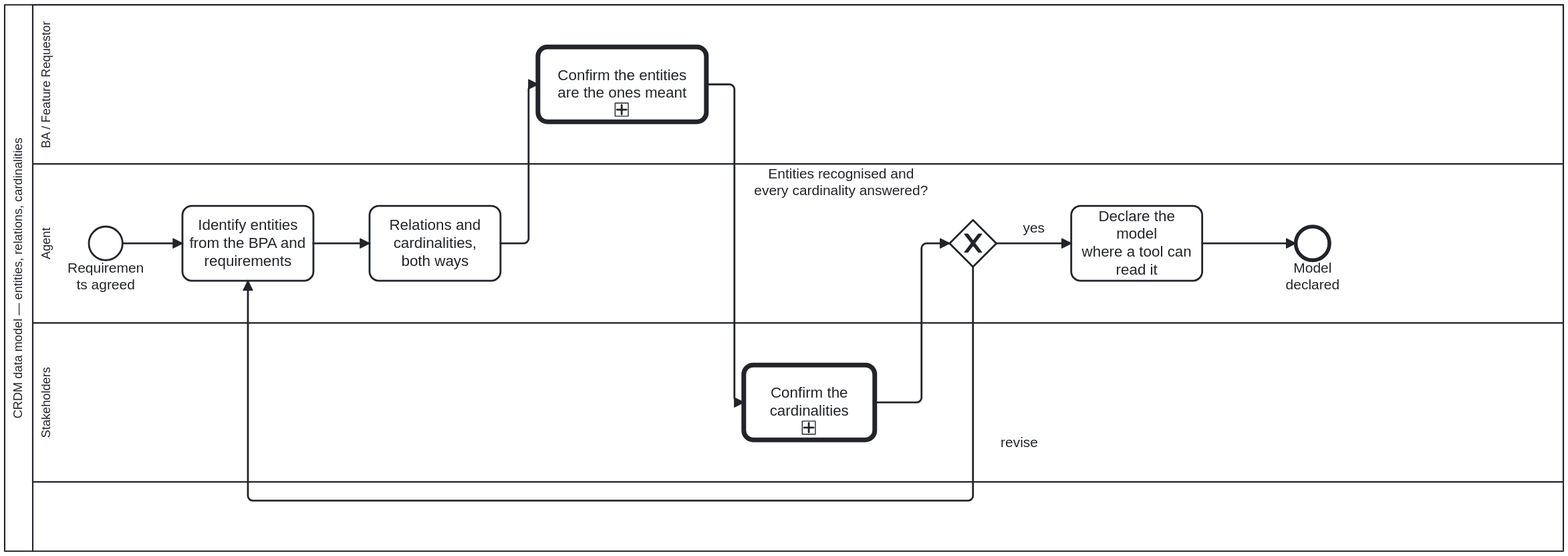
The BPMN diagram docs/assets/img/workflows/crdm-data-model.svg in litlfred/cat-harness, before a commit. Its source is kept beside it as processes/process/crdm-data-model.bpmn. Ids are renumbered.
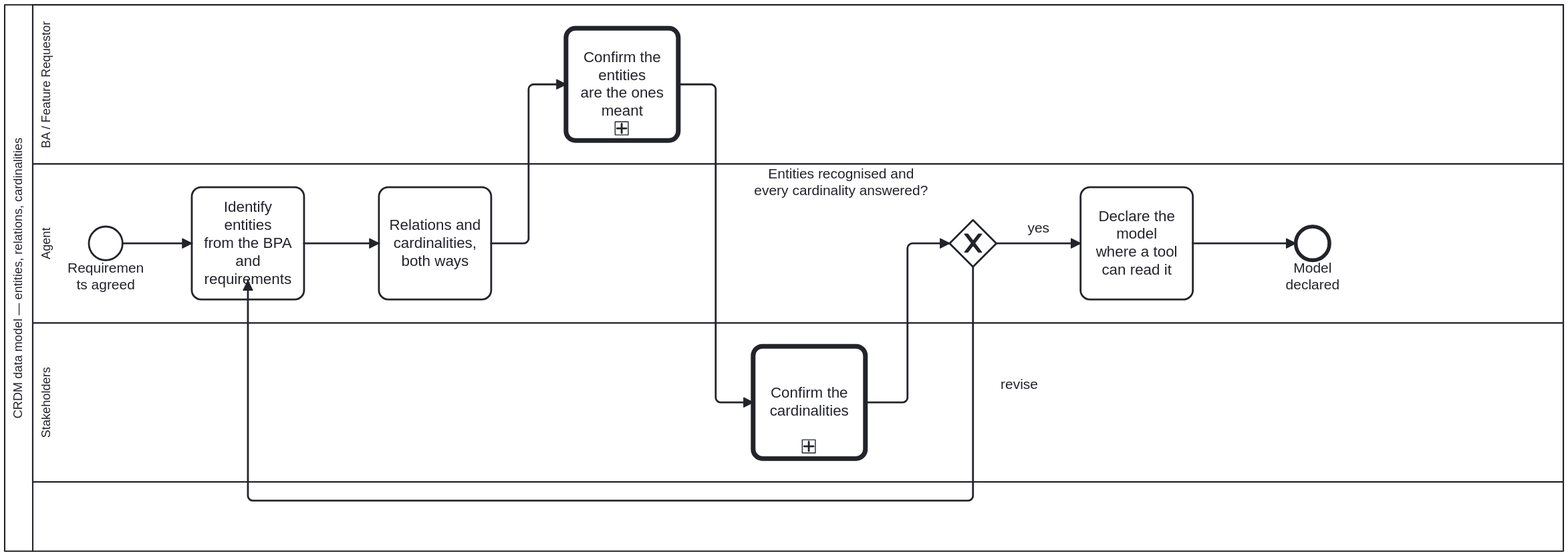
After the commit.

The edit, as a diff of the source:
```diff
@@ -122,51 +122,51 @@
         <dc:Bounds x="250" y="317" width="36" height="36" />
       </bpmndi:BPMNShape>
       <bpmndi:BPMNShape id="Shape_A_Entities" bpmnElement="A_Entities">
-        <dc:Bounds x="350" y="295" width="140" height="80" />
+        <dc:Bounds x="360" y="275" width="120" height="120" />
       </bpmndi:BPMNShape>
       <bpmndi:BPMNShape id="Shape_A_Relations" bpmnElement="A_Relations">
-        <dc:Bounds x="550" y="295" width="140" height="80" />
+        <dc:Bounds x="560" y="275" width="120" height="120" />
       </bpmndi:BPMNShape>
       <bpmndi:BPMNShape id="Shape_BA_ConfirmEntities" bpmnElement="BA_ConfirmEntities">
-        <dc:Bounds x="730" y="125" width="180" height="80" />
+        <dc:Bounds x="760" y="105" width="120" height="120" />
       </bpmndi:BPMNShape>
       <bpmndi:BPMNShape id="Shape_S_ConfirmCardinality" bpmnElement="S_ConfirmCardinality">
-        <dc:Bounds x="950" y="465" width="140" height="80" />
+        <dc:Bounds x="960" y="445" width="120" height="120" />
       </bpmndi:BPMNShape>
       <bpmndi:BPMNShape id="Shape_GW_Model" bpmnElement="GW_Model" isMarkerVisible="true">
         <dc:Bounds x="1170" y="310" width="50" height="50" />
-        <bpmndi:BPMNLabel><dc:Bounds x="941" y="252" width="225" height="54" /></bpmndi:BPMNLabel>
-      </bpmndi:BPMNShape>
+
+      <bpmndi:BPMNLabel><dc:Bounds x="941" y="252" width="225" height="54" /></bpmndi:BPMNLabel></bpmndi:BPMNShape>
       <bpmndi:BPMNShape id="Shape_A_Declare" bpmnElement="A_Declare">
-        <dc:Bounds x="1300" y="295" width="140" height="80" />
+        <dc:Bounds x="1310" y="275" width="120" height="120" />
       </bpmndi:BPMNShape>
       <bpmndi:BPMNShape id="Shape_End_Process_CRDM_DataModel" bpmnElement="End_Process_CRDM_DataModel">
         <dc:Bounds x="1540" y="317" width="36" height="36" />
       </bpmndi:BPMNShape>
       <bpmndi:BPMNEdge id="Edge_SF_Process_CRDM_DataModel_1" bpmnElement="SF_Process_CRDM_DataModel_1">
         <di:waypoint x="286" y="335" />
-        <di:waypoint x="350" y="335" />
+        <di:waypoint x="360" y="335" />
       </bpmndi:BPMNEdge>
       <bpmndi:BPMNEdge id="Edge_SF_Process_CRDM_DataModel_2" bpmnElement="SF_Process_CRDM_DataModel_2">
-        <di:waypoint x="490" y="335" />
-        <di:waypoint x="550" y="335" />
+        <di:waypoint x="480" y="335" />
+        <di:waypoint x="560" y="335" />
       </bpmndi:BPMNEdge>
       <bpmndi:BPMNEdge id="Edge_SF_Process_CRDM_DataModel_3" bpmnElement="SF_Process_CRDM_DataModel_3">
-        <di:waypoint x="690" y="335" />
+        <di:waypoint x="680" y="335" />
         <di:waypoint x="720" y="335" />
         <di:waypoint x="720" y="165" />
-        <di:waypoint x="730" y="165" />
+        <di:waypoint x="760" y="165" />
       </bpmndi:BPMNEdge>
       <bpmndi:BPMNEdge id="Edge_SF_Process_CRDM_DataModel_4" bpmnElement="SF_Process_CRDM_DataModel_4">
-        <di:waypoint x="910" y="165" />
-        <di:waypoint x="940" y="165" />
-        <di:waypoint x="940" y="505" />
-        <di:waypoint x="950" y="505" />
+        <di:waypoint x="880" y="165" />
+        <di:waypoint x="920" y="165" />
+        <di:waypoint x="920" y="505" />
+        <di:waypoint x="960" y="505" />
       </bpmndi:BPMNEdge>
       <bpmndi:BPMNEdge id="Edge_SF_Process_CRDM_DataModel_5" bpmnElement="SF_Process_CRDM_DataModel_5">
-        <di:waypoint x="1090" y="505" />
-        <di:waypoint x="1140" y="505" />
-        <di:waypoint x="1140" y="335" />
+        <di:waypoint x="1080" y="505" />
+        <di:waypoint x="1125" y="505" />
+        <di:waypoint x="1125" y="335" />
         <di:waypoint x="1170" y="335" />
       </bpmndi:BPMNEdge>
       <bpmndi:BPMNEdge id="Edge_SF_Process_CRDM_DataModel_6" bpmnElement="SF_Process_CRDM_DataModel_6">
@@ -174,14 +174,14 @@
         <di:waypoint x="1195" y="610" />
         <di:waypoint x="420" y="610" />
         <di:waypoint x="420" y="375" />
-        <bpmndi:BPMNLabel><dc:Bounds x="1199" y="539" width="90" height="17" /></bpmndi:BPMNLabel>
+        <bpmndi:BPMNLabel><dc:Bounds x="1199" y="476.5" width="90" height="17" /></bpmndi:BPMNLabel>
       </bpmndi:BPMNEdge>
       <bpmndi:BPMNEdge id="Edge_SF_Process_CRDM_DataModel_7" bpmnElement="SF_Process_CRDM_DataModel_7">
         <di:waypoint x="1220" y="335" />
-        <di:waypoint x="1300" y="335" />
+        <di:waypoint x="1310" y="335" />
       </bpmndi:BPMNEdge>
       <bpmndi:BPMNEdge id="Edge_SF_Process_CRDM_DataModel_8" bpmnElement="SF_Process_CRDM_DataModel_8">
-        <di:waypoint x="1440" y="335" />
+        <di:waypoint x="1430" y="335" />
         <di:waypoint x="1540" y="335" />
       </bpmndi:BPMNEdge>
     </bpmndi:BPMNPlane>
```
